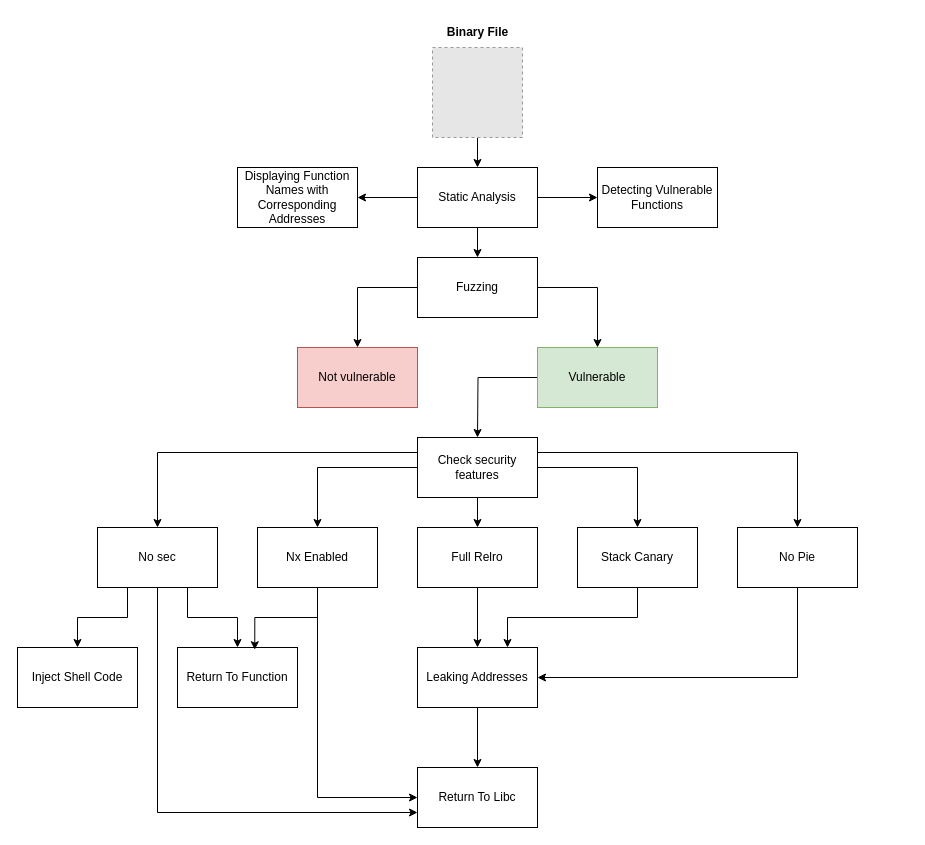
Before: Untitled Diagram.drawio in jamai12/security, a draw.io diagram. Source tidied: cells renumbered, new cells numbered last; positions are measured from the earlier drawing's top-left corner, leaving out a move shared by most shapes. Both pictures are drawn from the tidied source at 100%, with x=0, y=0 at pixel (17, 17). Pictures stored in the file or linked from it are replaced by grey dashed boxes.
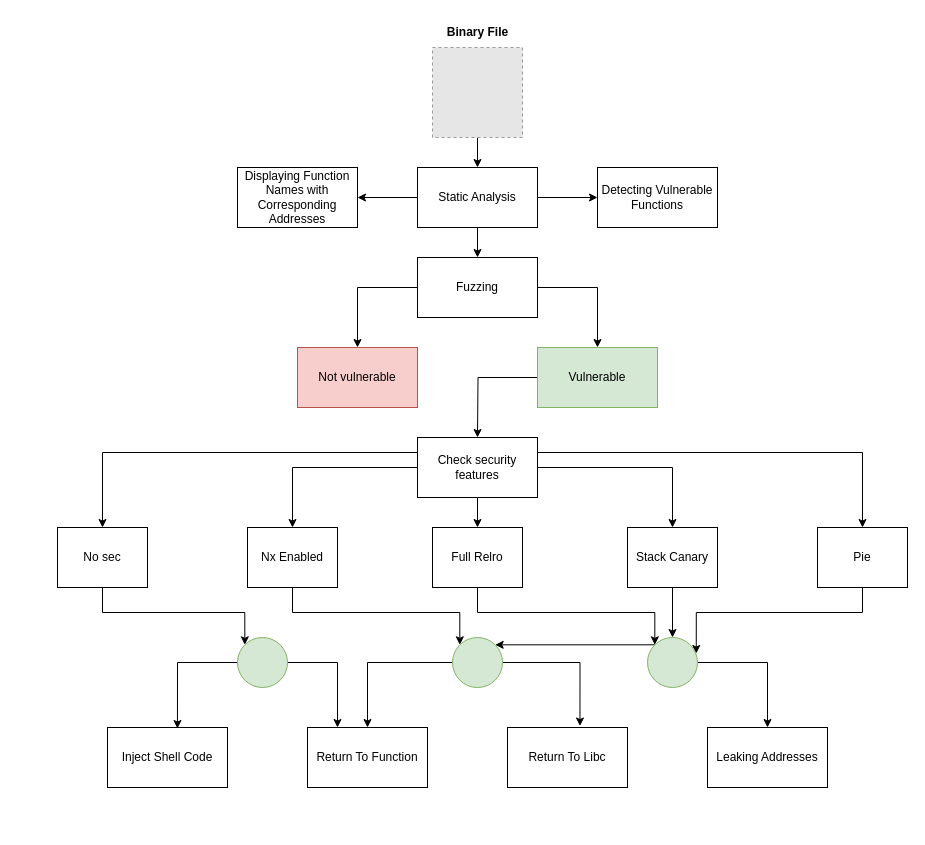
Above is the later version.

What changed in the source:
```diff
@@
-    <mxCell id="18" style="edgeStyle=orthogonalEdgeStyle;rounded=0;jettySize=auto;html=1;exitX=0.25;exitY=1;exitDx=0;exitDy=0;entryX=0.5;entryY=0;entryDx=0;entryDy=0;" parent="1" edge="1" source="21" target="23">
-      <mxGeometry relative="1" as="geometry" />
-    </mxCell>
-    <mxCell id="19" style="edgeStyle=orthogonalEdgeStyle;rounded=0;jettySize=auto;html=1;exitX=0.75;exitY=1;exitDx=0;exitDy=0;entryX=0.5;entryY=0;entryDx=0;entryDy=0;" parent="1" edge="1" source="21" target="22">
-      <mxGeometry relative="1" as="geometry" />
-    </mxCell>
-    <mxCell id="20" style="edgeStyle=orthogonalEdgeStyle;rounded=0;jettySize=auto;html=1;exitX=0.5;exitY=1;exitDx=0;exitDy=0;entryX=0;entryY=0.75;entryDx=0;entryDy=0;" parent="1" edge="1" source="21" target="29">
-      <mxGeometry relative="1" as="geometry" />
-    </mxCell>
+    <mxCell id="41" style="edgeStyle=orthogonalEdgeStyle;rounded=0;jettySize=auto;html=1;exitX=0.5;exitY=1;exitDx=0;exitDy=0;entryX=0;entryY=0;entryDx=0;entryDy=0;" parent="1" edge="1" source="21" target="48">
+      <mxGeometry relative="1" as="geometry" />
+    </mxCell>
     <mxCell id="21" value="No sec" style="rounded=0;whiteSpace=wrap;html=1;" parent="1" vertex="1">
-      <mxGeometry x="80" y="510" width="120" height="60" as="geometry" />
+      <mxGeometry x="40" y="510" width="90" height="60" as="geometry" />
     </mxCell>
     <mxCell id="22" value="Return To Function" style="rounded=0;whiteSpace=wrap;html=1;" parent="1" vertex="1">
-      <mxGeometry x="160" y="630" width="120" height="60" as="geometry" />
+      <mxGeometry x="290" y="710" width="120" height="60" as="geometry" />
     </mxCell>
     <mxCell id="23" value="Inject Shell Code" style="rounded=0;whiteSpace=wrap;html=1;" parent="1" vertex="1">
-      <mxGeometry y="630" width="120" height="60" as="geometry" />
+      <mxGeometry x="90" y="710" width="120" height="60" as="geometry" />
     </mxCell>
-    <mxCell id="24" style="edgeStyle=orthogonalEdgeStyle;rounded=0;jettySize=auto;html=1;exitX=0.5;exitY=1;exitDx=0;exitDy=0;entryX=0.644;entryY=0.037;entryDx=0;entryDy=0;entryPerimeter=0;" parent="1" edge="1" source="26" target="22">
-      <mxGeometry relative="1" as="geometry">
-        <Array as="points">
-          <mxPoint x="300" y="600" />
-          <mxPoint x="237" y="600" />
-        </Array>
-      </mxGeometry>
-    </mxCell>
-    <mxCell id="25" style="edgeStyle=orthogonalEdgeStyle;rounded=0;jettySize=auto;html=1;exitX=0.5;exitY=1;exitDx=0;exitDy=0;entryX=0;entryY=0.5;entryDx=0;entryDy=0;" parent="1" edge="1" source="26" target="29">
-      <mxGeometry relative="1" as="geometry" />
-    </mxCell>
+    <mxCell id="42" style="edgeStyle=orthogonalEdgeStyle;rounded=0;jettySize=auto;html=1;exitX=0.5;exitY=1;exitDx=0;exitDy=0;entryX=0;entryY=0;entryDx=0;entryDy=0;" parent="1" edge="1" source="26" target="52">
+      <mxGeometry relative="1" as="geometry" />
+    </mxCell>
     <mxCell id="26" value="Nx Enabled" style="rounded=0;whiteSpace=wrap;html=1;" parent="1" vertex="1">
-      <mxGeometry x="240" y="510" width="120" height="60" as="geometry" />
+      <mxGeometry x="230" y="510" width="90" height="60" as="geometry" />
     </mxCell>
-    <mxCell id="27" style="edgeStyle=orthogonalEdgeStyle;rounded=0;jettySize=auto;html=1;exitX=0.5;exitY=1;exitDx=0;exitDy=0;entryX=0.5;entryY=0;entryDx=0;entryDy=0;" parent="1" edge="1" source="28" target="29">
-      <mxGeometry relative="1" as="geometry" />
-    </mxCell>
     <mxCell id="28" value="Leaking Addresses" style="rounded=0;whiteSpace=wrap;html=1;" parent="1" vertex="1">
-      <mxGeometry x="400" y="630" width="120" height="60" as="geometry" />
+      <mxGeometry x="690" y="710" width="120" height="60" as="geometry" />
     </mxCell>
     <mxCell id="29" value="Return To Libc" style="rounded=0;whiteSpace=wrap;html=1;" parent="1" vertex="1">
-      <mxGeometry x="400" y="750" width="120" height="60" as="geometry" />
+      <mxGeometry x="490" y="710" width="120" height="60" as="geometry" />
     </mxCell>
-    <mxCell id="30" style="edgeStyle=orthogonalEdgeStyle;rounded=0;jettySize=auto;html=1;exitX=0.5;exitY=1;exitDx=0;exitDy=0;entryX=0.5;entryY=0;entryDx=0;entryDy=0;" parent="1" edge="1" source="31" target="28">
-      <mxGeometry relative="1" as="geometry" />
-    </mxCell>
+    <mxCell id="43" style="edgeStyle=orthogonalEdgeStyle;rounded=0;jettySize=auto;html=1;exitX=0.5;exitY=1;exitDx=0;exitDy=0;entryX=0;entryY=0;entryDx=0;entryDy=0;" parent="1" edge="1" source="31" target="55">
+      <mxGeometry relative="1" as="geometry" />
+    </mxCell>
     <mxCell id="31" value="Full Relro" style="rounded=0;whiteSpace=wrap;html=1;" parent="1" vertex="1">
-      <mxGeometry x="400" y="510" width="120" height="60" as="geometry" />
+      <mxGeometry x="415" y="510" width="90" height="60" as="geometry" />
     </mxCell>
-    <mxCell id="32" style="edgeStyle=orthogonalEdgeStyle;rounded=0;jettySize=auto;html=1;exitX=0.5;exitY=1;exitDx=0;exitDy=0;entryX=0.75;entryY=0;entryDx=0;entryDy=0;" parent="1" edge="1" source="33" target="28">
-      <mxGeometry relative="1" as="geometry" />
-    </mxCell>
+    <mxCell id="44" style="edgeStyle=orthogonalEdgeStyle;rounded=0;jettySize=auto;html=1;exitX=0.5;exitY=1;exitDx=0;exitDy=0;entryX=0.5;entryY=0;entryDx=0;entryDy=0;" parent="1" edge="1" source="33" target="55">
+      <mxGeometry relative="1" as="geometry" />
+    </mxCell>
     <mxCell id="33" value="Stack Canary" style="rounded=0;whiteSpace=wrap;html=1;" parent="1" vertex="1">
-      <mxGeometry x="560" y="510" width="120" height="60" as="geometry" />
+      <mxGeometry x="610" y="510" width="90" height="60" as="geometry" />
     </mxCell>
-    <mxCell id="34" style="edgeStyle=orthogonalEdgeStyle;rounded=0;jettySize=auto;html=1;entryX=1;entryY=0.5;entryDx=0;entryDy=0;" parent="1" edge="1" source="35" target="28">
-      <mxGeometry relative="1" as="geometry">
-        <Array as="points">
-          <mxPoint x="780" y="660" />
-        </Array>
-      </mxGeometry>
-    </mxCell>
+    <mxCell id="45" style="edgeStyle=orthogonalEdgeStyle;rounded=0;jettySize=auto;html=1;exitX=0.5;exitY=1;exitDx=0;exitDy=0;entryX=0.975;entryY=0.32;entryDx=0;entryDy=0;entryPerimeter=0;" parent="1" edge="1" source="35" target="55">
+      <mxGeometry relative="1" as="geometry" />
+    </mxCell>
-    <mxCell id="35" value="No Pie" style="rounded=0;whiteSpace=wrap;html=1;" parent="1" vertex="1">
-      <mxGeometry x="720" y="510" width="120" height="60" as="geometry" />
+    <mxCell id="35" value="Pie" style="rounded=0;whiteSpace=wrap;html=1;" parent="1" vertex="1">
+      <mxGeometry x="800" y="510" width="90" height="60" as="geometry" />
     </mxCell>
@@
+    <mxCell id="46" style="edgeStyle=orthogonalEdgeStyle;rounded=0;jettySize=auto;html=1;exitX=1;exitY=0.5;exitDx=0;exitDy=0;entryX=0.25;entryY=0;entryDx=0;entryDy=0;" parent="1" edge="1" source="48" target="22">
+      <mxGeometry relative="1" as="geometry" />
+    </mxCell>
+    <mxCell id="47" style="edgeStyle=orthogonalEdgeStyle;rounded=0;jettySize=auto;html=1;exitX=0;exitY=0.5;exitDx=0;exitDy=0;entryX=0.583;entryY=0.017;entryDx=0;entryDy=0;entryPerimeter=0;" parent="1" edge="1" source="48" target="23">
+      <mxGeometry relative="1" as="geometry" />
+    </mxCell>
+    <mxCell id="48" style="ellipse;whiteSpace=wrap;html=1;fillColor=#d5e8d4;strokeColor=#82b366;" parent="1" vertex="1">
+      <mxGeometry x="220" y="620" width="50" height="50" as="geometry" />
+    </mxCell>
+    <mxCell id="49" style="edgeStyle=orthogonalEdgeStyle;rounded=0;orthogonalLoop=1;jettySize=auto;html=1;exitX=0.5;exitY=1;exitDx=0;exitDy=0;" parent="1" edge="1" source="48" target="48">
+      <mxGeometry relative="1" as="geometry" />
+    </mxCell>
+    <mxCell id="50" style="edgeStyle=orthogonalEdgeStyle;rounded=0;jettySize=auto;html=1;entryX=0.5;entryY=0;entryDx=0;entryDy=0;" parent="1" edge="1" source="52" target="22">
+      <mxGeometry relative="1" as="geometry" />
+    </mxCell>
+    <mxCell id="51" style="edgeStyle=orthogonalEdgeStyle;rounded=0;jettySize=auto;html=1;exitX=1;exitY=0.5;exitDx=0;exitDy=0;entryX=0.604;entryY=-0.025;entryDx=0;entryDy=0;entryPerimeter=0;" parent="1" edge="1" source="52" target="29">
+      <mxGeometry relative="1" as="geometry" />
+    </mxCell>
+    <mxCell id="52" style="ellipse;whiteSpace=wrap;html=1;fillColor=#d5e8d4;strokeColor=#82b366;" parent="1" vertex="1">
+      <mxGeometry x="435" y="620" width="50" height="50" as="geometry" />
+    </mxCell>
+    <mxCell id="53" style="edgeStyle=orthogonalEdgeStyle;rounded=0;jettySize=auto;html=1;exitX=1;exitY=0.5;exitDx=0;exitDy=0;entryX=0.5;entryY=0;entryDx=0;entryDy=0;" parent="1" edge="1" source="55" target="28">
+      <mxGeometry relative="1" as="geometry" />
+    </mxCell>
+    <mxCell id="54" style="edgeStyle=orthogonalEdgeStyle;rounded=0;jettySize=auto;html=1;exitX=0;exitY=0;exitDx=0;exitDy=0;entryX=1;entryY=0;entryDx=0;entryDy=0;" parent="1" edge="1" source="55" target="52">
+      <mxGeometry relative="1" as="geometry" />
+    </mxCell>
+    <mxCell id="55" style="ellipse;whiteSpace=wrap;html=1;fillColor=#d5e8d4;strokeColor=#82b366;" parent="1" vertex="1">
+      <mxGeometry x="630" y="620" width="50" height="50" as="geometry" />
+    </mxCell>
```
